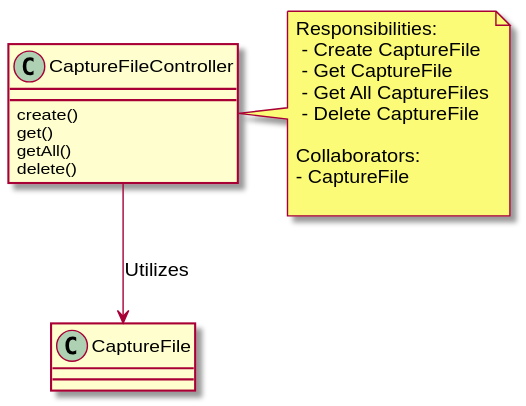
Before: docs/doxygen_docs/doxygen/inline_umlgraph_1.svg, a diagram exported from PlantUML (Nefarious46/cfe_18).
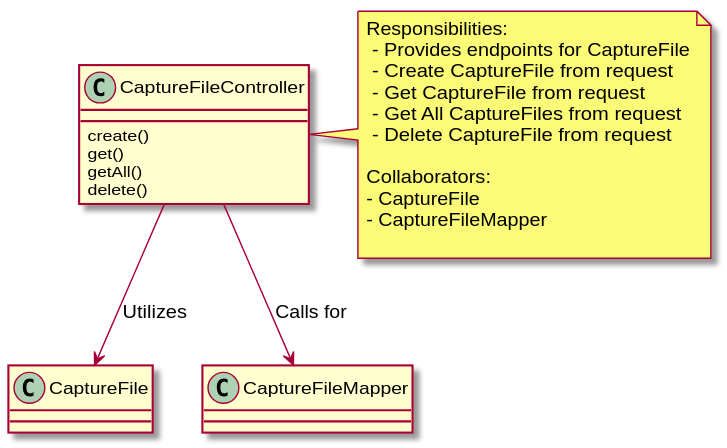
After the change.

Change to the diagram source:
```diff
@@ -7,16 +7,19 @@
 }
 
 CaptureFileController --> CaptureFile : Utilizes
+CaptureFileController --> CaptureFileMapper : Calls for
 
 note right of CaptureFileController
 Responsibilities:
- - Create CaptureFile
- - Get CaptureFile
- - Get All CaptureFiles
- - Delete CaptureFile
+ - Provides endpoints for CaptureFile
+ - Create CaptureFile from request
+ - Get CaptureFile from request
+ - Get All CaptureFiles from request
+ - Delete CaptureFile from request
 
 Collaborators:
 - CaptureFile
+- CaptureFileMapper
 
 end note
 @enduml
```
